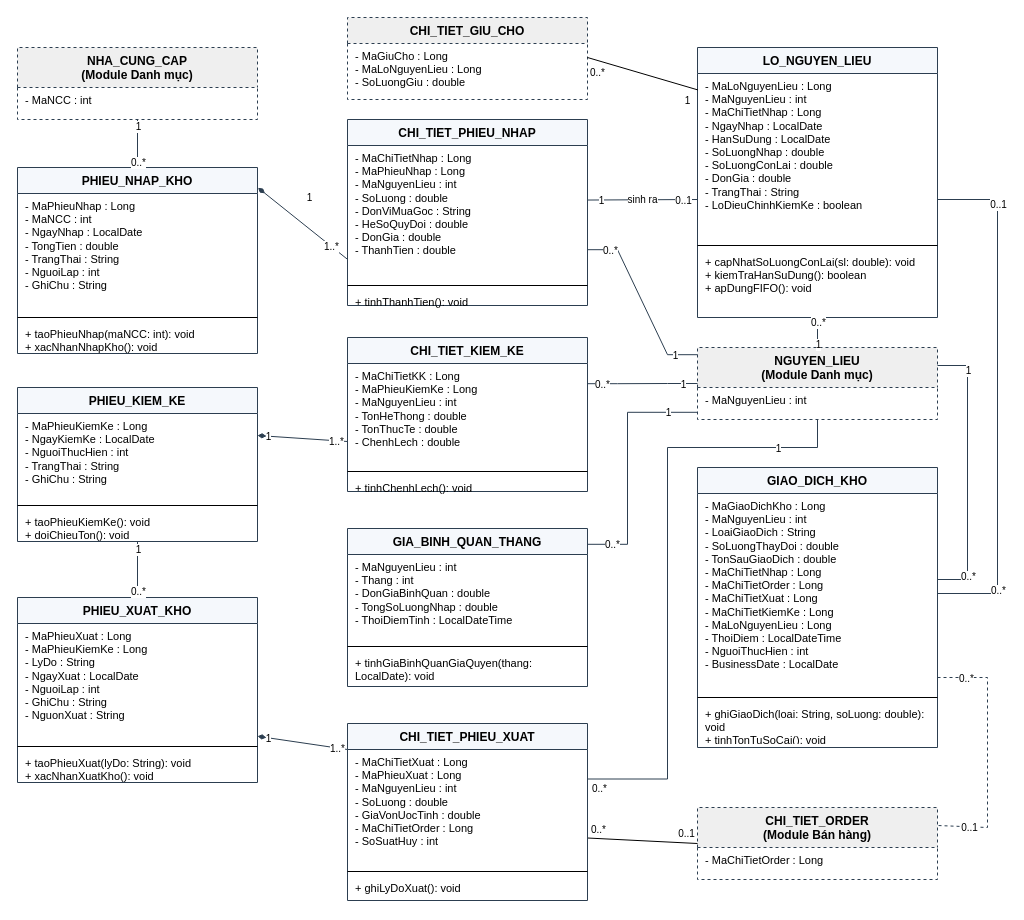
Above: page "Quan ly kho" (5 of 17) of docs/So_do/ClassDiagram_HeThongQuanLyNhaHang.drawio in nminhzzz/restaurant-management-ai (draw.io), before the change. Source tidied: cells renumbered, new cells numbered last; positions are measured from the earlier drawing's top-left corner, leaving out a move shared by most shapes. Both pictures are drawn from the tidied source at 100%, with x=0, y=0 at pixel (17, 17).
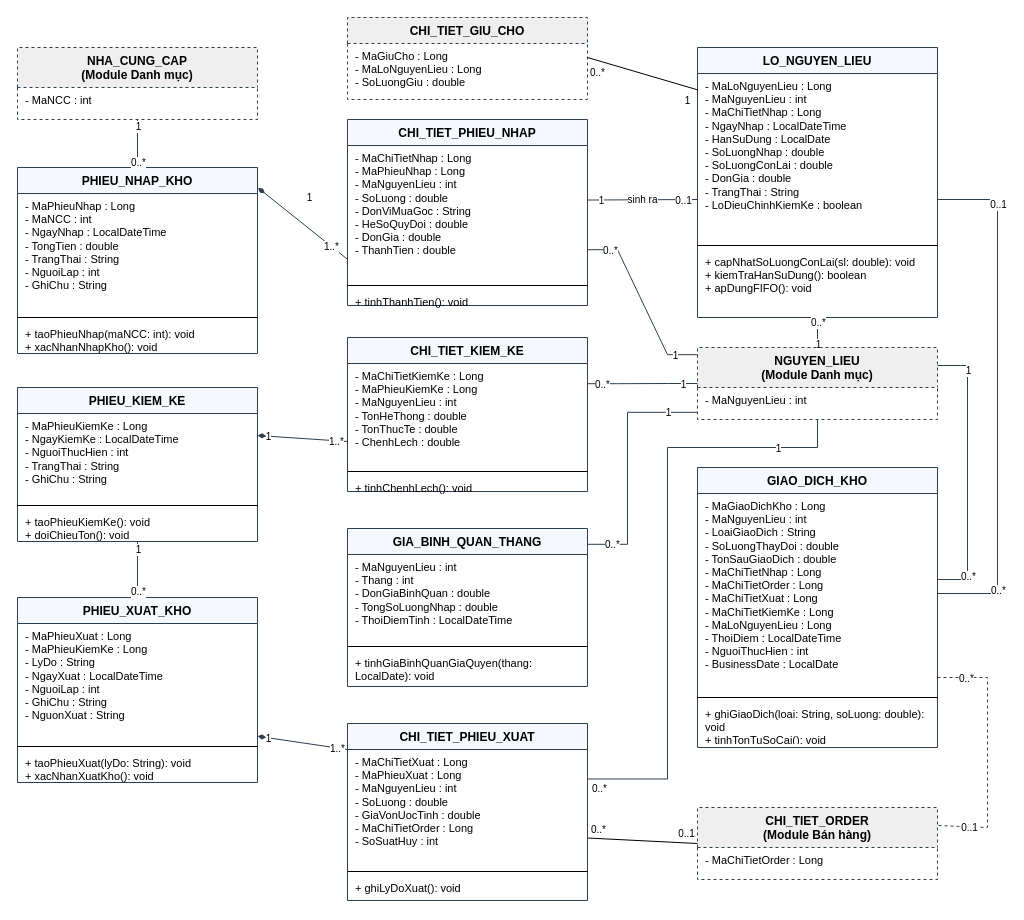
The same page after the edit.

The change refers to these unchanged cells:
```xml
<mxCell id="8" value="PHIEU_NHAP_KHO" style="swimlane;fontStyle=1;align=center;verticalAlign=top;horizontal=1;startSize=26;whiteSpace=wrap;html=1;fillColor=#F5F8FC;strokeColor=#2C3E50;dashed=0;fontSize=12;" parent="1" vertex="1">
  <mxGeometry y="150" width="240" height="186" as="geometry" />
</mxCell>
<mxCell id="16" value="LO_NGUYEN_LIEU" style="swimlane;fontStyle=1;align=center;verticalAlign=top;horizontal=1;startSize=26;whiteSpace=wrap;html=1;fillColor=#F5F8FC;strokeColor=#2C3E50;dashed=0;fontSize=12;" parent="1" vertex="1">
  <mxGeometry x="680" y="30" width="240" height="270" as="geometry" />
</mxCell>
<mxCell id="20" value="PHIEU_XUAT_KHO" style="swimlane;fontStyle=1;align=center;verticalAlign=top;horizontal=1;startSize=26;whiteSpace=wrap;html=1;fillColor=#F5F8FC;strokeColor=#2C3E50;dashed=0;fontSize=12;" parent="1" vertex="1">
  <mxGeometry y="580" width="240" height="185" as="geometry" />
</mxCell>
<mxCell id="24" value="PHIEU_KIEM_KE" style="swimlane;fontStyle=1;align=center;verticalAlign=top;horizontal=1;startSize=26;whiteSpace=wrap;html=1;fillColor=#F5F8FC;strokeColor=#2C3E50;dashed=0;fontSize=12;" parent="1" vertex="1">
  <mxGeometry y="370" width="240" height="154" as="geometry" />
</mxCell>
<mxCell id="28" value="CHI_TIET_KIEM_KE" style="swimlane;fontStyle=1;align=center;verticalAlign=top;horizontal=1;startSize=26;whiteSpace=wrap;html=1;fillColor=#F5F8FC;strokeColor=#2C3E50;dashed=0;fontSize=12;" parent="1" vertex="1">
  <mxGeometry x="330" y="320" width="240" height="154" as="geometry" />
</mxCell>
```

What changed in the source:
```diff
@@
-    <mxCell id="9" value="- MaPhieuNhap : Long&lt;br&gt;- MaNCC : int&lt;br&gt;- NgayNhap : LocalDate&lt;br&gt;- TongTien : double&lt;br&gt;- TrangThai : String&lt;br&gt;- NguoiLap : int&lt;br&gt;- GhiChu : String" style="text;align=left;verticalAlign=top;spacingLeft=6;spacingRight=4;overflow=hidden;whiteSpace=wrap;html=1;fontSize=11;" parent="8" vertex="1">
+    <mxCell id="9" value="- MaPhieuNhap : Long&lt;br&gt;- MaNCC : int&lt;br&gt;- NgayNhap : LocalDateTime&lt;br&gt;- TongTien : double&lt;br&gt;- TrangThai : String&lt;br&gt;- NguoiLap : int&lt;br&gt;- GhiChu : String" style="text;align=left;verticalAlign=top;spacingLeft=6;spacingRight=4;overflow=hidden;whiteSpace=wrap;html=1;fontSize=11;" parent="8" vertex="1">
       <mxGeometry y="26" width="240" height="120" as="geometry" />
     </mxCell>
@@
-    <mxCell id="17" value="- MaLoNguyenLieu : Long&lt;br&gt;- MaNguyenLieu : int&lt;br&gt;- MaChiTietNhap : Long&lt;br&gt;- NgayNhap : LocalDate&lt;br&gt;- HanSuDung : LocalDate&lt;br&gt;- SoLuongNhap : double&lt;br&gt;- SoLuongConLai : double&lt;br&gt;- DonGia : double&lt;br&gt;- TrangThai : String&lt;br&gt;- LoDieuChinhKiemKe : boolean" style="text;align=left;verticalAlign=top;spacingLeft=6;spacingRight=4;overflow=hidden;whiteSpace=wrap;html=1;fontSize=11;" parent="16" vertex="1">
+    <mxCell id="17" value="- MaLoNguyenLieu : Long&lt;br&gt;- MaNguyenLieu : int&lt;br&gt;- MaChiTietNhap : Long&lt;br&gt;- NgayNhap : LocalDateTime&lt;br&gt;- HanSuDung : LocalDate&lt;br&gt;- SoLuongNhap : double&lt;br&gt;- SoLuongConLai : double&lt;br&gt;- DonGia : double&lt;br&gt;- TrangThai : String&lt;br&gt;- LoDieuChinhKiemKe : boolean" style="text;align=left;verticalAlign=top;spacingLeft=6;spacingRight=4;overflow=hidden;whiteSpace=wrap;html=1;fontSize=11;" parent="16" vertex="1">
       <mxGeometry y="26" width="240" height="168" as="geometry" />
     </mxCell>
@@
-    <mxCell id="21" value="- MaPhieuXuat : Long&lt;br&gt;- MaPhieuKiemKe : Long&lt;br&gt;- LyDo : String&lt;br&gt;- NgayXuat : LocalDate&lt;br&gt;- NguoiLap : int&lt;br&gt;- GhiChu : String&lt;br&gt;- NguonXuat : String" style="text;align=left;verticalAlign=top;spacingLeft=6;spacingRight=4;overflow=hidden;whiteSpace=wrap;html=1;fontSize=11;" parent="20" vertex="1">
+    <mxCell id="21" value="- MaPhieuXuat : Long&lt;br&gt;- MaPhieuKiemKe : Long&lt;br&gt;- LyDo : String&lt;br&gt;- NgayXuat : LocalDateTime&lt;br&gt;- NguoiLap : int&lt;br&gt;- GhiChu : String&lt;br&gt;- NguonXuat : String" style="text;align=left;verticalAlign=top;spacingLeft=6;spacingRight=4;overflow=hidden;whiteSpace=wrap;html=1;fontSize=11;" parent="20" vertex="1">
       <mxGeometry y="26" width="240" height="119" as="geometry" />
     </mxCell>
@@
-    <mxCell id="25" value="- MaPhieuKiemKe : Long&lt;br&gt;- NgayKiemKe : LocalDate&lt;br&gt;- NguoiThucHien : int&lt;br&gt;- TrangThai : String&lt;br&gt;- GhiChu : String" style="text;align=left;verticalAlign=top;spacingLeft=6;spacingRight=4;overflow=hidden;whiteSpace=wrap;html=1;fontSize=11;" parent="24" vertex="1">
+    <mxCell id="25" value="- MaPhieuKiemKe : Long&lt;br&gt;- NgayKiemKe : LocalDateTime&lt;br&gt;- NguoiThucHien : int&lt;br&gt;- TrangThai : String&lt;br&gt;- GhiChu : String" style="text;align=left;verticalAlign=top;spacingLeft=6;spacingRight=4;overflow=hidden;whiteSpace=wrap;html=1;fontSize=11;" parent="24" vertex="1">
       <mxGeometry y="26" width="240" height="88" as="geometry" />
     </mxCell>
@@
-    <mxCell id="29" value="- MaChiTietKK : Long&lt;br&gt;- MaPhieuKiemKe : Long&lt;br&gt;- MaNguyenLieu : int&lt;br&gt;- TonHeThong : double&lt;br&gt;- TonThucTe : double&lt;br&gt;- ChenhLech : double" style="text;align=left;verticalAlign=top;spacingLeft=6;spacingRight=4;overflow=hidden;whiteSpace=wrap;html=1;fontSize=11;" parent="28" vertex="1">
+    <mxCell id="29" value="- MaChiTietKiemKe : Long&lt;br&gt;- MaPhieuKiemKe : Long&lt;br&gt;- MaNguyenLieu : int&lt;br&gt;- TonHeThong : double&lt;br&gt;- TonThucTe : double&lt;br&gt;- ChenhLech : double" style="text;align=left;verticalAlign=top;spacingLeft=6;spacingRight=4;overflow=hidden;whiteSpace=wrap;html=1;fontSize=11;" parent="28" vertex="1">
       <mxGeometry y="26" width="240" height="104" as="geometry" />
     </mxCell>
```
